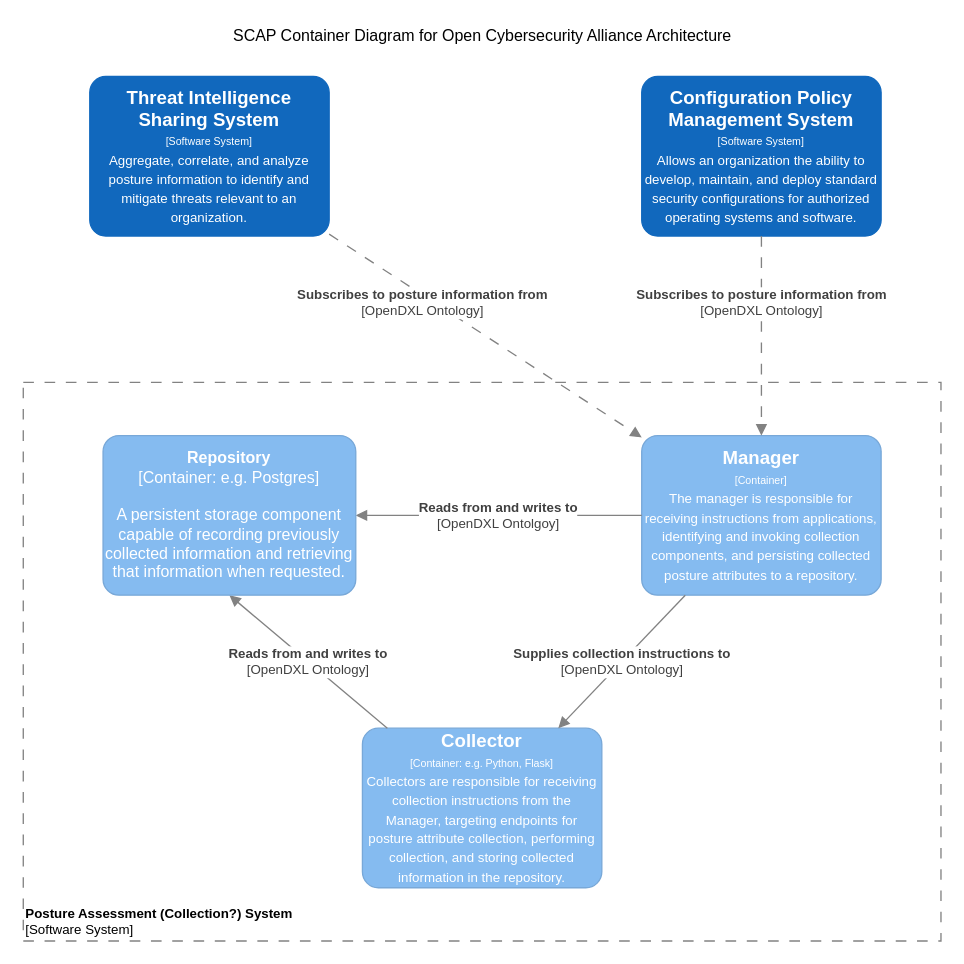
Before: page "SCAPv2 Container Diagram" (2 of 4) of Architecture Documents/oca-c4-architecture.drawio in opencybersecurityalliance/documentation, a draw.io diagram. Source tidied: cells renumbered, new cells numbered last; positions are measured from the earlier drawing's top-left corner, leaving out a move shared by most shapes. Both pictures are drawn from the tidied source at 133%, with x=0, y=0 at pixel (23, 23).
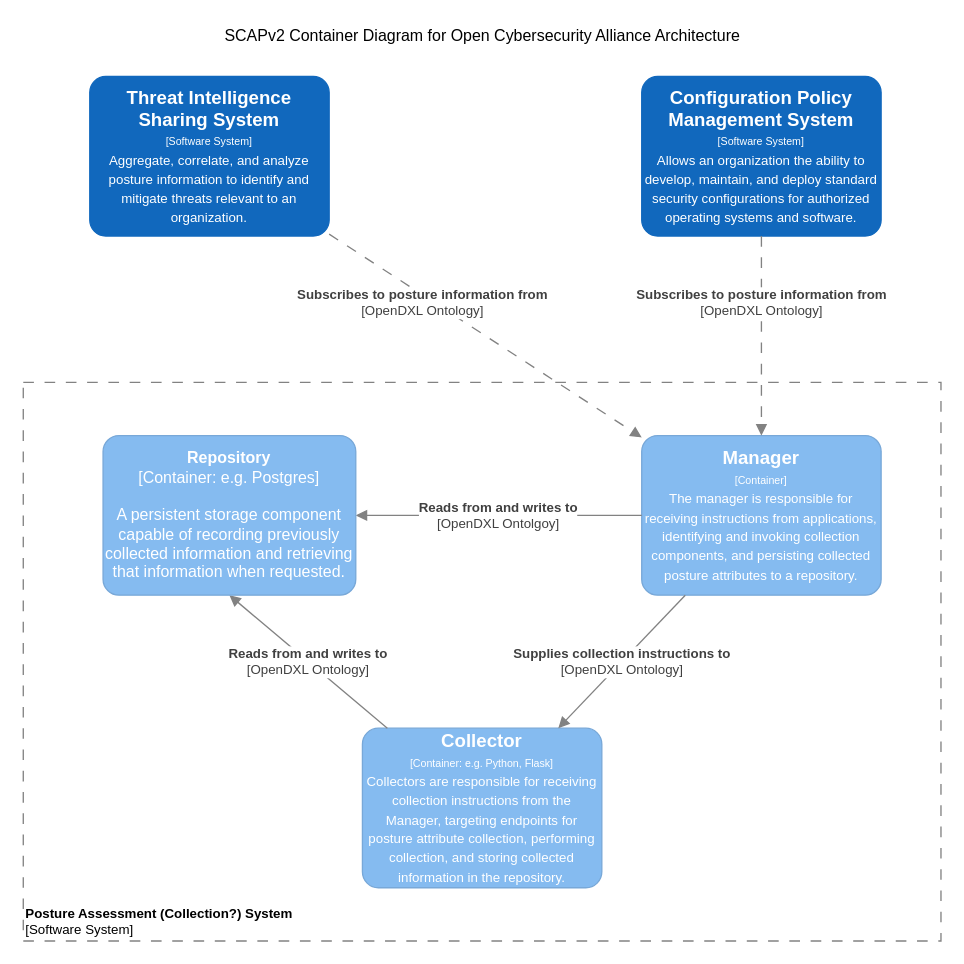
The same page after the edit.

Change to the diagram source:
```diff
@@
 <mxGraphModel>
   <root>
     <mxCell id="0" />
     <mxCell id="1" parent="0" />
     <mxCell id="2" value="&lt;font style=&quot;font-size: 10px&quot;&gt;&lt;b&gt;Posture Assessment (Collection?) System&lt;/b&gt;&lt;br style=&quot;font-size: 10px&quot;&gt;[Software System]&lt;/font&gt;" style="rounded=0;whiteSpace=wrap;html=1;strokeColor=#828282;fillColor=none;fontColor=#000000;align=left;labelPosition=center;verticalLabelPosition=middle;verticalAlign=bottom;dashed=1;strokeWidth=1;perimeterSpacing=0;spacing=2;spacingTop=0;fontSize=10;dashPattern=8 8;" parent="1" vertex="1">
       <mxGeometry y="270" width="690" height="420" as="geometry" />
     </mxCell>
     <mxCell id="3" value="&lt;div&gt;&lt;span style=&quot;font-size: 14px&quot;&gt;&lt;b&gt;Manager&lt;/b&gt;&lt;/span&gt;&lt;/div&gt;&lt;div&gt;&lt;span style=&quot;font-size: 8px&quot;&gt;[Container]&lt;/span&gt;&lt;/div&gt;&lt;div&gt;&lt;font size=&quot;1&quot;&gt;The manager is responsible for receiving instructions from applications, identifying and invoking collection components, and persisting collected posture attributes to a repository.&lt;/font&gt;&lt;/div&gt;" style="rounded=1;whiteSpace=wrap;html=1;fillColor=#85BBF0;fontColor=#ffffff;strokeColor=#78A8D8;arcSize=10;" parent="1" vertex="1">
       <mxGeometry x="465" y="310" width="180" height="120" as="geometry" />
     </mxCell>
     <object id="4" label="&lt;div&gt;&lt;span style=&quot;font-size: 14px&quot;&gt;&lt;b&gt;Collector&lt;/b&gt;&lt;/span&gt;&lt;/div&gt;&lt;div&gt;&lt;span style=&quot;font-size: 8px&quot;&gt;[Container: %technology%]&lt;/span&gt;&lt;br&gt;&lt;/div&gt;&lt;div&gt;&lt;span style=&quot;font-size: x-small&quot;&gt;Collectors are responsible for receiving collection instructions from the Manager, targeting endpoints for posture attribute collection, performing collection, and storing collected information in the repository.&lt;/span&gt;&lt;br&gt;&lt;/div&gt;" placeholders="1" technology="e.g. Python, Flask">
       <mxCell style="rounded=1;whiteSpace=wrap;html=1;fillColor=#85BBF0;fontColor=#ffffff;strokeColor=#78A8D8;arcSize=10;" parent="1" vertex="1">
         <mxGeometry x="255" y="530" width="180" height="120" as="geometry" />
       </mxCell>
     </object>
     <mxCell id="5" value="&lt;span style=&quot;font-size: 10px&quot;&gt;&lt;b&gt;Supplies collection instructions to&lt;br&gt;&lt;/b&gt;[OpenDXL Ontology]&lt;br&gt;&lt;/span&gt;" style="endArrow=block;html=1;fontSize=10;fontColor=#404040;strokeWidth=1;endFill=1;strokeColor=#828282;elbow=vertical;" parent="1" edge="1" source="3" target="4">
       <mxGeometry relative="1" as="geometry" />
     </mxCell>
     <mxCell id="6" value="&lt;span style=&quot;font-size: 10px&quot;&gt;&lt;b&gt;Reads from and writes to&lt;br&gt;&lt;/b&gt;[OpenDXL Ontology]&lt;br&gt;&lt;/span&gt;" style="endArrow=block;html=1;fontSize=10;fontColor=#404040;strokeWidth=1;endFill=1;strokeColor=#828282;elbow=vertical;entryX=0.5;entryY=1;entryDx=0;entryDy=0;entryPerimeter=0;" parent="1" edge="1" source="4" target="13">
       <mxGeometry relative="1" as="geometry" />
     </mxCell>
     <mxCell id="7" value="&lt;span style=&quot;font-size: 10px&quot;&gt;&lt;b&gt;Reads from and writes to&lt;/b&gt;&lt;br&gt;[OpenDXL Ontolgoy]&lt;br&gt;&lt;/span&gt;" style="endArrow=block;html=1;fontSize=10;fontColor=#404040;strokeWidth=1;endFill=1;strokeColor=#828282;elbow=vertical;" parent="1" edge="1" source="3" target="13">
       <mxGeometry relative="1" as="geometry" />
     </mxCell>
     <mxCell id="8" value="&lt;div&gt;&lt;span style=&quot;font-size: 14px&quot;&gt;&lt;b&gt;Threat Intelligence Sharing System&lt;/b&gt;&lt;/span&gt;&lt;/div&gt;&lt;div&gt;&lt;span style=&quot;font-size: 8px&quot;&gt;[Software System]&lt;/span&gt;&lt;/div&gt;&lt;div&gt;&lt;font style=&quot;font-size: 10px&quot;&gt;Aggregate, correlate, and analyze posture information to identify and mitigate threats relevant to an organization.&lt;/font&gt;&lt;br&gt;&lt;/div&gt;" style="rounded=1;whiteSpace=wrap;html=1;fillColor=#1168BD;fontColor=#ffffff;strokeColor=#1168BD;arcSize=10;" parent="1" vertex="1">
       <mxGeometry x="50" y="40" width="180" height="120" as="geometry" />
     </mxCell>
     <mxCell id="9" value="&lt;b&gt;Subscribes to posture information from&lt;/b&gt;&lt;br style=&quot;font-size: 10px&quot;&gt;[OpenDXL Ontology]" style="endArrow=block;html=1;fontSize=10;fontColor=#404040;strokeWidth=1;endFill=1;dashed=1;dashPattern=8 8;strokeColor=#828282;elbow=vertical;" parent="1" edge="1" source="8" target="3">
       <mxGeometry x="-0.38" y="-5" relative="1" as="geometry" />
     </mxCell>
     <mxCell id="10" value="&lt;div&gt;&lt;span style=&quot;font-size: 14px&quot;&gt;&lt;b&gt;Configuration Policy Management System&lt;/b&gt;&lt;/span&gt;&lt;/div&gt;&lt;div&gt;&lt;span style=&quot;font-size: 8px&quot;&gt;[Software System]&lt;/span&gt;&lt;/div&gt;&lt;div&gt;&lt;span style=&quot;font-size: x-small&quot;&gt;Allows an organization the ability to develop, maintain, and deploy standard security configurations for authorized operating systems and software.&lt;/span&gt;&lt;br&gt;&lt;/div&gt;" style="rounded=1;whiteSpace=wrap;html=1;fillColor=#1168BD;fontColor=#ffffff;strokeColor=#1168BD;arcSize=10;" parent="1" vertex="1">
       <mxGeometry x="465" y="40" width="180" height="120" as="geometry" />
     </mxCell>
     <mxCell id="11" value="&lt;b&gt;Subscribes to posture information from&lt;/b&gt;&lt;br style=&quot;font-size: 10px&quot;&gt;[OpenDXL Ontology]" style="endArrow=block;html=1;fontSize=10;fontColor=#404040;strokeWidth=1;endFill=1;dashed=1;dashPattern=8 8;strokeColor=#828282;elbow=vertical;" parent="1" edge="1" source="10" target="3">
       <mxGeometry x="-0.33" relative="1" as="geometry" />
     </mxCell>
-    <mxCell id="12" value="SCAP Container Diagram for Open Cybersecurity Alliance Architecture" style="text;html=1;align=center;verticalAlign=middle;" parent="1" vertex="1">
-      <mxGeometry x="150" width="390" height="20" as="geometry" />
+    <mxCell id="12" value="SCAPv2 Container Diagram for Open Cybersecurity Alliance Architecture" style="text;html=1;align=center;verticalAlign=middle;" parent="1" vertex="1">
+      <mxGeometry x="145" width="400" height="20" as="geometry" />
     </mxCell>
     <object id="13" label="&lt;b&gt;%c4Name%&lt;/b&gt;&lt;div&gt;[%c4Type%: %c4Technology%]&lt;/div&gt;&lt;br&gt;&lt;div&gt;%c4Description%&lt;/div&gt;" c4Description="A persistent storage component capable of recording previously collected information and retrieving that information when requested." c4Name="Repository" c4Technology="e.g. Postgres" c4Type="Container" placeholders="1">
       <mxCell style="rounded=1;whiteSpace=wrap;html=1;labelBackgroundColor=none;fillColor=#85BBF0;fontColor=#ffffff;align=center;arcSize=10;strokeColor=#78A8D8;metaData={&quot;c4Type&quot;:{&quot;editable&quot;:false}};points=[[0.25,0,0],[0.5,0,0],[0.75,0,0],[1,0.25,0],[1,0.5,0],[1,0.75,0],[0.75,1,0],[0.5,1,0],[0.25,1,0],[0,0.75,0],[0,0.5,0],[0,0.25,0]];" parent="1" vertex="1">
         <mxGeometry x="60" y="310" width="190" height="120" as="geometry" />
       </mxCell>
     </object>
   </root>
 </mxGraphModel>
```
